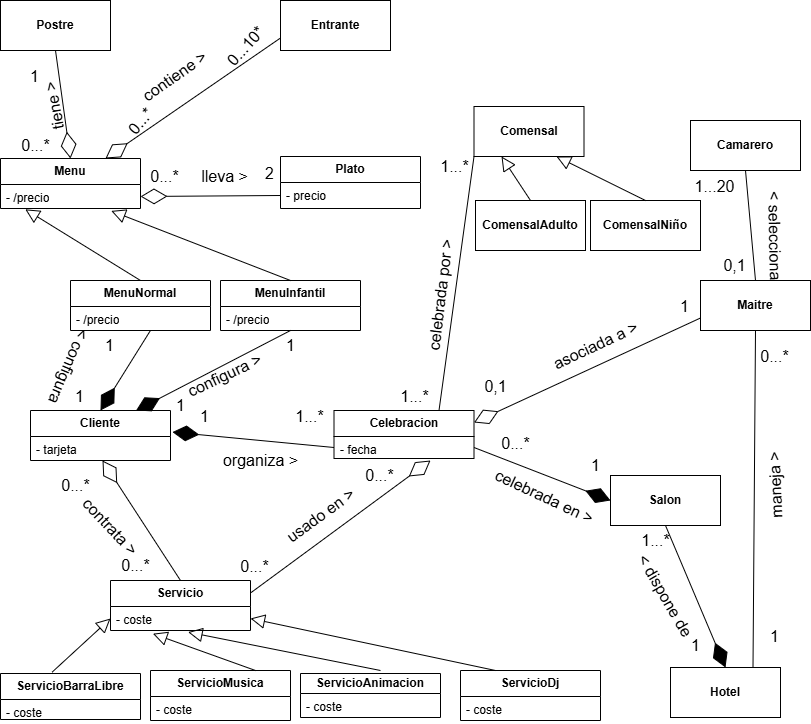
The draw.io diagram EjerciciosPracticas/ModeloDeDominio/Modelado_B3.drawio.png in ibracb/duolingo-baratero, before a commit. Source tidied: cells renumbered, new cells last; positions are measured from the earlier drawing's top-left corner, leaving out a move shared by most shapes.
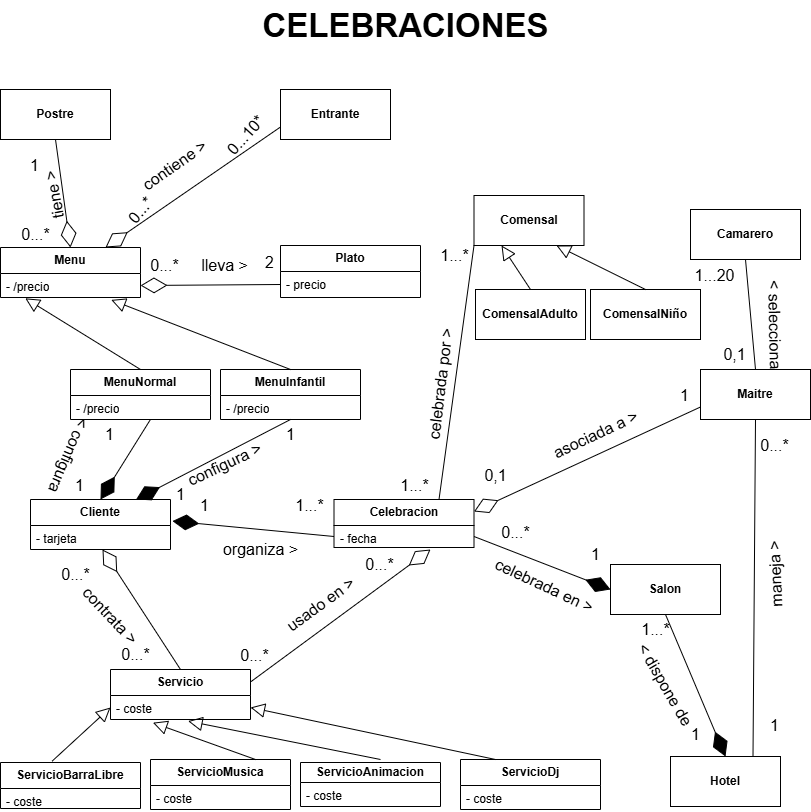
Later version of the same file.

Commit message:
Añado correctamente el fichero Modelado_B3.drawio.png

What changed in the source:
```diff
@@ -296,5 +296,8 @@
     <mxCell id="96" value="maneja &amp;gt;" style="text;html=1;align=center;verticalAlign=middle;strokeColor=none;fillColor=none;fontSize=16;rotation=268;" parent="1" vertex="1">
       <mxGeometry x="730" y="470" width="90" height="30" as="geometry" />
     </mxCell>
+    <mxCell id="97" value="&lt;b&gt;&lt;font style=&quot;font-size: 33px;&quot;&gt;CELEBRACIONES&lt;/font&gt;&lt;/b&gt;" style="text;html=1;align=center;verticalAlign=middle;strokeColor=none;fillColor=none;fontSize=16;" parent="1" vertex="1">
+      <mxGeometry x="250" y="-89" width="310" height="50" as="geometry" />
+    </mxCell>
   </root>
 </mxGraphModel>
```
